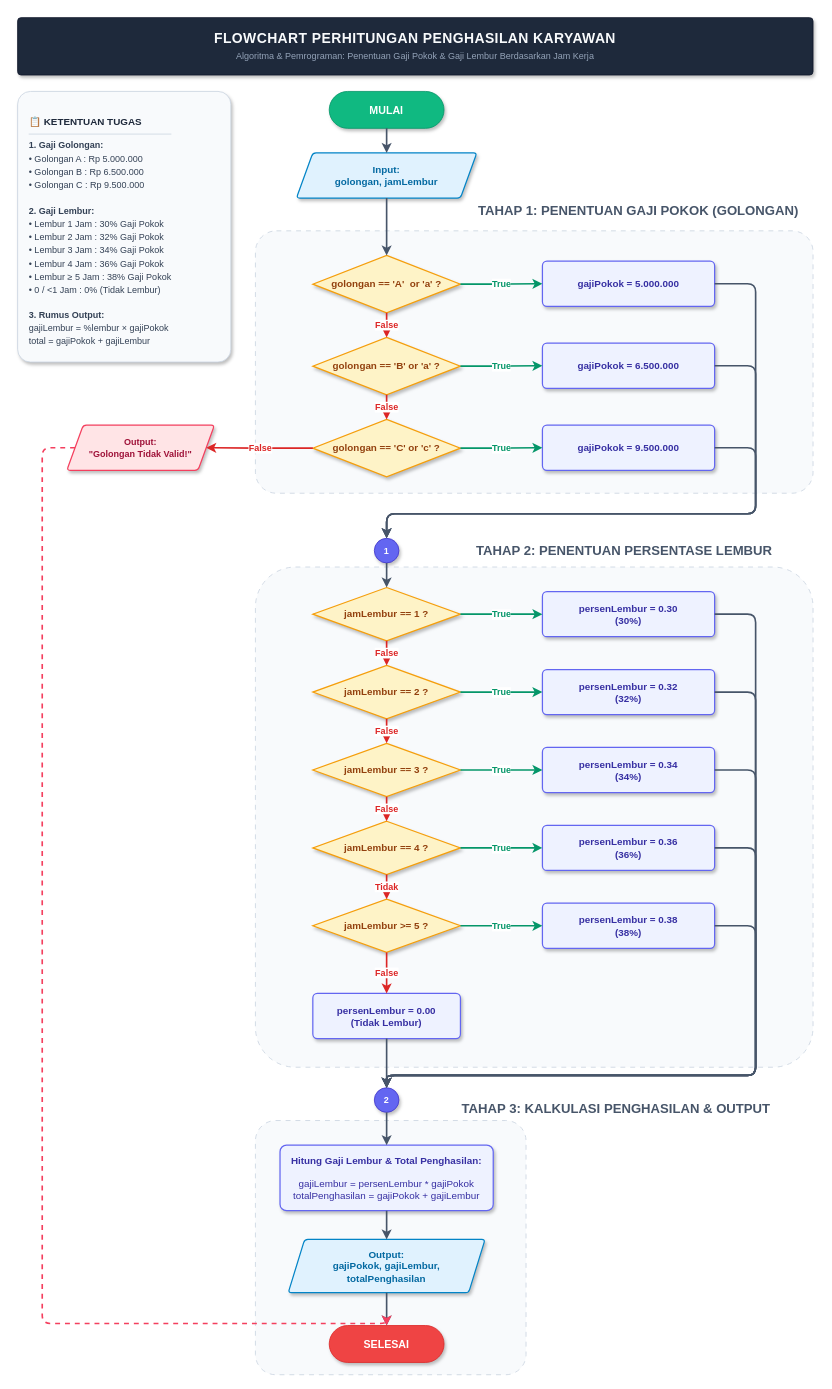
ahmad-fahrudin/tugas-1-2-dan-3-algoritma-dan-pemograman keeps this draw.io diagram as flowchart_pseudocode/flowchart_gaji_karyawan.drawio. Above is the earlier version. Source tidied: cells renumbered, new cells numbered last; positions are measured from the earlier drawing's top-left corner, leaving out a move shared by most shapes. Both pictures are drawn from the tidied source at 82%, with x=0, y=0 at pixel (17, 17).
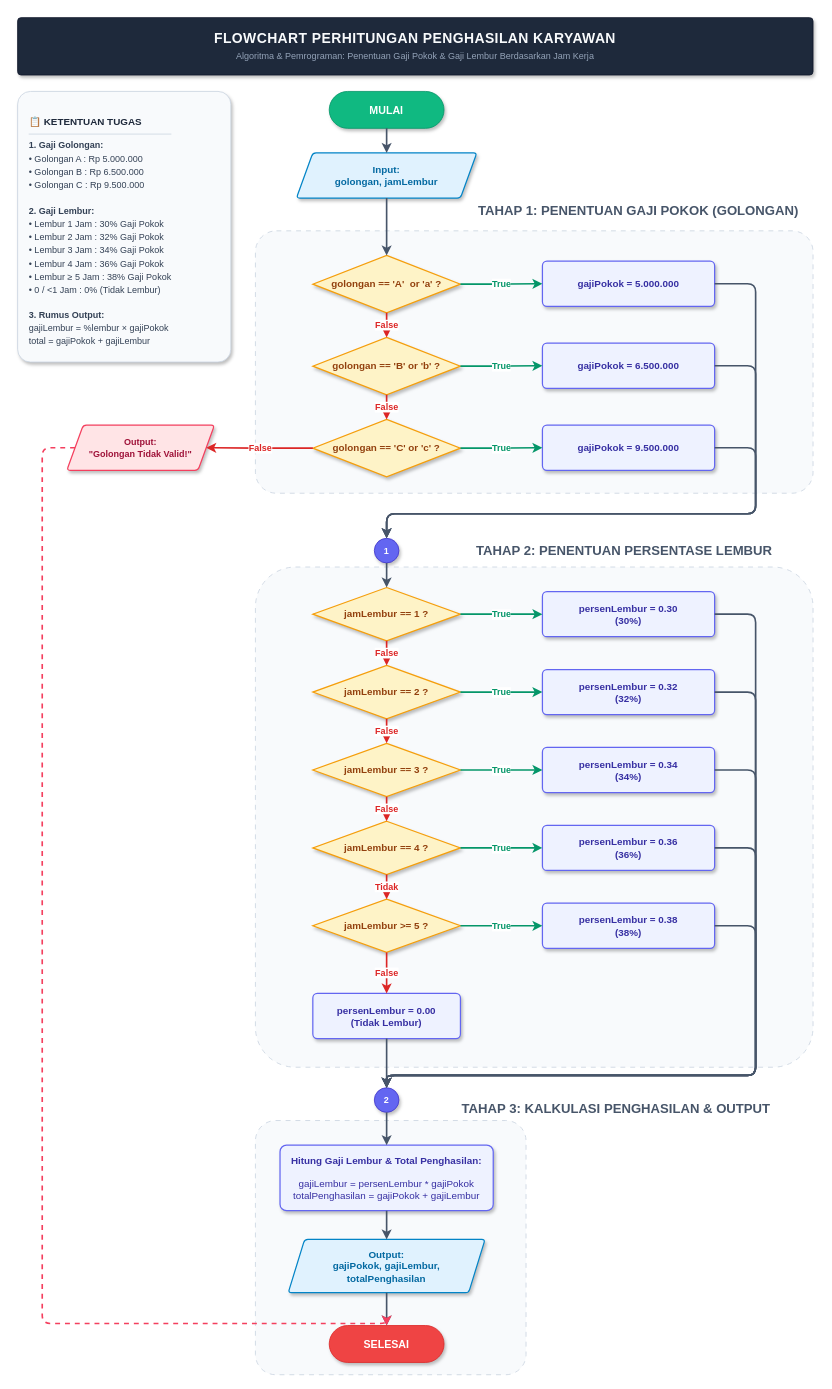
After the change.

Commit message (it also covers changes not shown here):
refactor: update employee salary pseudocode to structured block format

Diff of the diagram source:
```diff
@@
-    <mxCell id="12" value="golongan == 'B' or 'a' ?" style="rhombus;whiteSpace=wrap;html=1;fillColor=#fef3c7;strokeColor=#f59e0b;strokeWidth=1.5;fontColor=#92400e;fontStyle=1;fontSize=12;shadow=1;" parent="1" vertex="1">
+    <mxCell id="12" value="golongan == 'B' or 'b' ?" style="rhombus;whiteSpace=wrap;html=1;fillColor=#fef3c7;strokeColor=#f59e0b;strokeWidth=1.5;fontColor=#92400e;fontStyle=1;fontSize=12;shadow=1;" parent="1" vertex="1">
       <mxGeometry x="360" y="390" width="180" height="70" as="geometry" />
     </mxCell>
```
